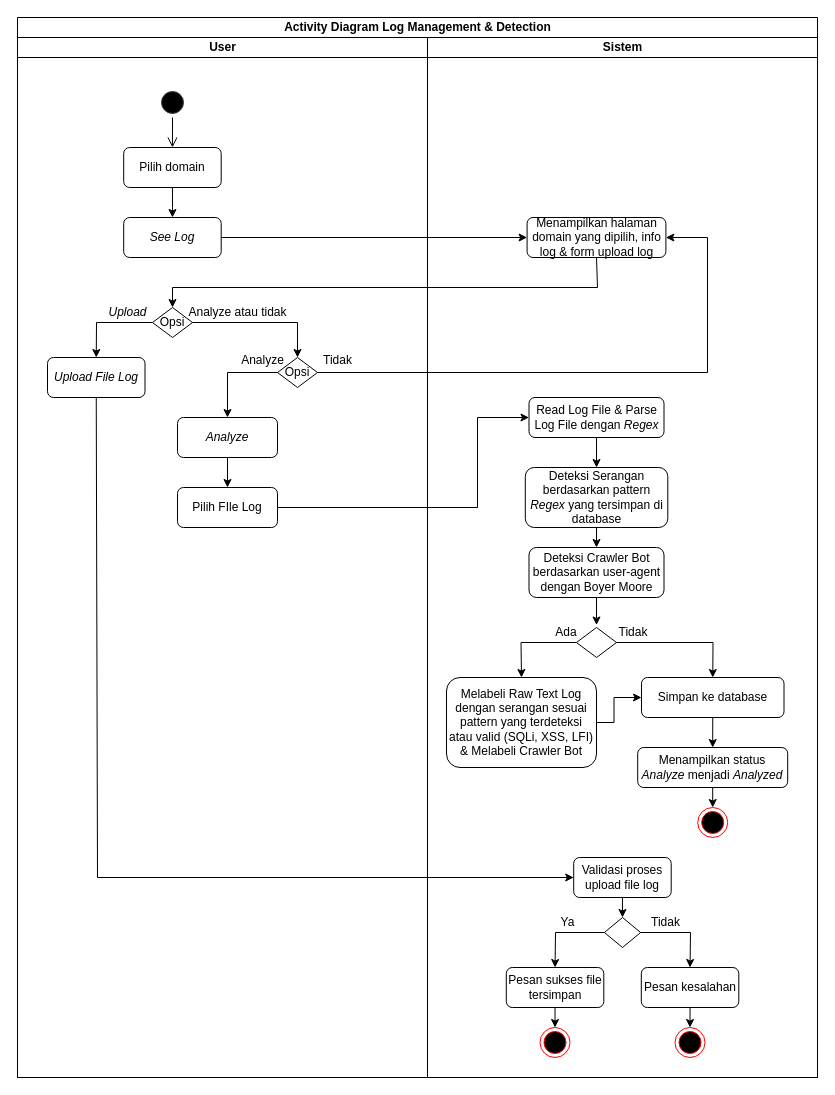
Before: page "Activity Diagram Log Management" (6 of 8) of Cara Kerja Aplikasi TA.drawio in zelsaddr/All-Diagrams, a draw.io diagram. Source tidied: cells renumbered, new cells numbered last; positions are measured from the earlier drawing's top-left corner, leaving out a move shared by most shapes. Both pictures are drawn from the tidied source at 100%, with x=0, y=0 at pixel (17, 17).
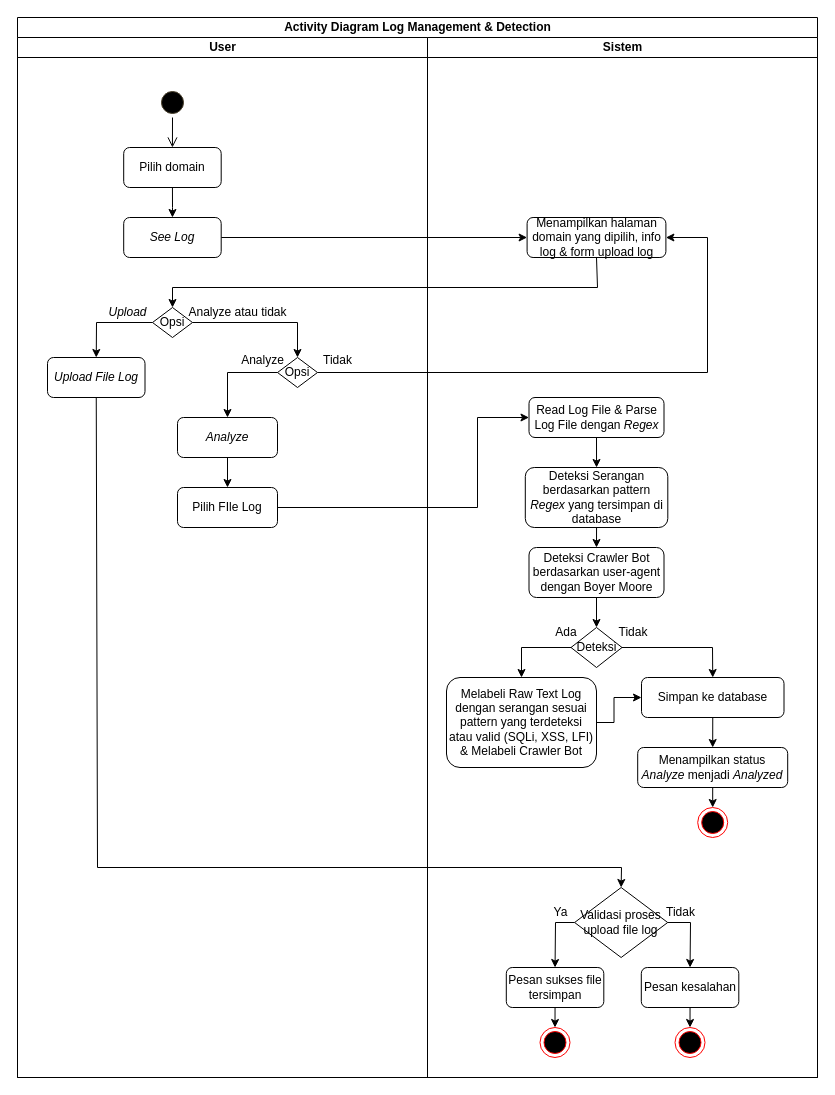
Above is the later version.

Unchanged cells that the change refers to:
```xml
<mxCell id="2" value="Activity Diagram Log Management &amp;amp; Detection" style="swimlane;startSize=20;html=1;" parent="1" vertex="1">
  <mxGeometry width="800" height="1060" as="geometry" />
</mxCell>
<mxCell id="15" value="&lt;i&gt;Upload File Log&lt;/i&gt;" style="rounded=1;whiteSpace=wrap;html=1;" parent="8" vertex="1">
  <mxGeometry x="30" y="320" width="97.5" height="40" as="geometry" />
</mxCell>
<mxCell id="27" value="Sistem" style="swimlane;startSize=20;html=1;" parent="2" vertex="1">
  <mxGeometry x="410" y="20" width="390" height="1040" as="geometry" />
</mxCell>
<mxCell id="34" value="Melabeli Raw Text Log dengan serangan sesuai pattern yang terdeteksi atau valid (SQLi, XSS, LFI) &amp;amp; Melabeli Crawler Bot" style="rounded=1;whiteSpace=wrap;html=1;" parent="27" vertex="1">
  <mxGeometry x="19" y="640" width="150" height="90" as="geometry" />
</mxCell>
<mxCell id="36" value="Ada" style="text;html=1;strokeColor=none;fillColor=none;align=center;verticalAlign=middle;whiteSpace=wrap;rounded=0;" parent="27" vertex="1">
  <mxGeometry x="109" y="580" width="60" height="30" as="geometry" />
</mxCell>
<mxCell id="37" value="Simpan ke database" style="rounded=1;whiteSpace=wrap;html=1;" parent="27" vertex="1">
  <mxGeometry x="214" y="640" width="142.5" height="40" as="geometry" />
</mxCell>
<mxCell id="46" value="Pesan sukses file tersimpan" style="rounded=1;whiteSpace=wrap;html=1;" parent="27" vertex="1">
  <mxGeometry x="78.8" y="930" width="97.5" height="40" as="geometry" />
</mxCell>
<mxCell id="47" value="Pesan kesalahan" style="rounded=1;whiteSpace=wrap;html=1;" parent="27" vertex="1">
  <mxGeometry x="213.8" y="930" width="97.5" height="40" as="geometry" />
</mxCell>
<mxCell id="58" value="Deteksi Crawler Bot berdasarkan user-agent dengan Boyer Moore" style="rounded=1;whiteSpace=wrap;html=1;" parent="27" vertex="1">
  <mxGeometry x="101.5" y="510" width="135" height="50" as="geometry" />
</mxCell>
```

Change to the diagram source:
```diff
@@
-    <mxCell id="7" style="endArrow=classic;html=1;rounded=0;exitX=0.5;exitY=1;exitDx=0;exitDy=0;entryX=0;entryY=0.5;entryDx=0;entryDy=0;" parent="2" edge="1" source="15" target="44">
+    <mxCell id="7" style="endArrow=classic;html=1;rounded=0;exitX=0.5;exitY=1;exitDx=0;exitDy=0;entryX=0.5;entryY=0;entryDx=0;entryDy=0;" parent="2" edge="1" source="15" target="45">
       <mxGeometry relative="1" as="geometry">
         <Array as="points">
-          <mxPoint x="80" y="860" />
+          <mxPoint x="80" y="850" />
+          <mxPoint x="604" y="850" />
         </Array>
       </mxGeometry>
     </mxCell>
@@
-    <mxCell id="31" style="rhombus;whiteSpace=wrap;html=1;" parent="27" vertex="1">
-      <mxGeometry x="149" y="590" width="40" height="30" as="geometry" />
+    <mxCell id="31" value="Deteksi" style="rhombus;whiteSpace=wrap;html=1;" parent="27" vertex="1">
+      <mxGeometry x="143.5" y="590" width="51" height="40" as="geometry" />
     </mxCell>
@@
     <mxCell id="35" style="endArrow=classic;html=1;rounded=0;exitX=0;exitY=0.5;exitDx=0;exitDy=0;entryX=0.5;entryY=0;entryDx=0;entryDy=0;" parent="27" edge="1" source="31" target="34">
       <mxGeometry relative="1" as="geometry">
         <Array as="points">
-          <mxPoint x="93.5" y="605" />
+          <mxPoint x="94" y="610" />
         </Array>
       </mxGeometry>
     </mxCell>
@@
     <mxCell id="38" style="endArrow=classic;html=1;rounded=0;exitX=1;exitY=0.5;exitDx=0;exitDy=0;entryX=0.5;entryY=0;entryDx=0;entryDy=0;" parent="27" edge="1" source="31" target="37">
       <mxGeometry relative="1" as="geometry">
         <Array as="points">
-          <mxPoint x="285.5" y="605" />
+          <mxPoint x="285" y="610" />
         </Array>
       </mxGeometry>
     </mxCell>
@@
-    <mxCell id="44" value="Validasi proses upload file log" style="rounded=1;whiteSpace=wrap;html=1;" parent="27" vertex="1">
-      <mxGeometry x="146.2" y="820" width="97.5" height="40" as="geometry" />
-    </mxCell>
-    <mxCell id="45" style="rhombus;whiteSpace=wrap;html=1;" parent="27" vertex="1">
-      <mxGeometry x="176.9" y="880" width="36.2" height="30" as="geometry" />
+    <mxCell id="45" value="Validasi proses upload file log" style="rhombus;whiteSpace=wrap;html=1;" parent="27" vertex="1">
+      <mxGeometry x="147.1" y="850" width="93.1" height="70" as="geometry" />
     </mxCell>
@@
-    <mxCell id="50" style="endArrow=classic;html=1;rounded=0;exitX=0.5;exitY=1;exitDx=0;exitDy=0;entryX=0.5;entryY=0;entryDx=0;entryDy=0;" parent="27" edge="1" source="44" target="45">
-      <mxGeometry relative="1" as="geometry" />
-    </mxCell>
     <mxCell id="51" style="endArrow=classic;html=1;rounded=0;exitX=0;exitY=0.5;exitDx=0;exitDy=0;entryX=0.5;entryY=0;entryDx=0;entryDy=0;" parent="27" edge="1" source="45" target="46">
       <mxGeometry relative="1" as="geometry">
         <Array as="points">
-          <mxPoint x="128" y="895" />
+          <mxPoint x="128" y="885" />
         </Array>
       </mxGeometry>
     </mxCell>
     <mxCell id="52" style="endArrow=classic;html=1;rounded=0;exitX=1;exitY=0.5;exitDx=0;exitDy=0;entryX=0.5;entryY=0;entryDx=0;entryDy=0;" parent="27" edge="1" source="45" target="47">
       <mxGeometry relative="1" as="geometry">
         <Array as="points">
-          <mxPoint x="263" y="895" />
+          <mxPoint x="263" y="885" />
         </Array>
       </mxGeometry>
     </mxCell>
@@
     <mxCell id="55" value="Tidak" style="text;html=1;align=center;verticalAlign=middle;strokeColor=none;fillColor=none;" parent="27" vertex="1">
-      <mxGeometry x="213.1" y="870" width="50" height="30" as="geometry" />
+      <mxGeometry x="227.5" y="860" width="50" height="30" as="geometry" />
     </mxCell>
     <mxCell id="56" value="Ya" style="text;html=1;align=center;verticalAlign=middle;strokeColor=none;fillColor=none;" parent="27" vertex="1">
-      <mxGeometry x="120" y="870" width="40" height="30" as="geometry" />
+      <mxGeometry x="112.5" y="860" width="40" height="30" as="geometry" />
     </mxCell>
@@
-    <mxCell id="59" style="endArrow=classic;html=1;rounded=0;exitX=0.5;exitY=1;exitDx=0;exitDy=0;entryX=1;entryY=0.25;entryDx=0;entryDy=0;" parent="27" edge="1" source="58" target="36">
+    <mxCell id="59" style="endArrow=classic;html=1;rounded=0;exitX=0.5;exitY=1;exitDx=0;exitDy=0;entryX=0.5;entryY=0;entryDx=0;entryDy=0;" parent="27" edge="1" source="58" target="31">
       <mxGeometry relative="1" as="geometry" />
     </mxCell>
```
